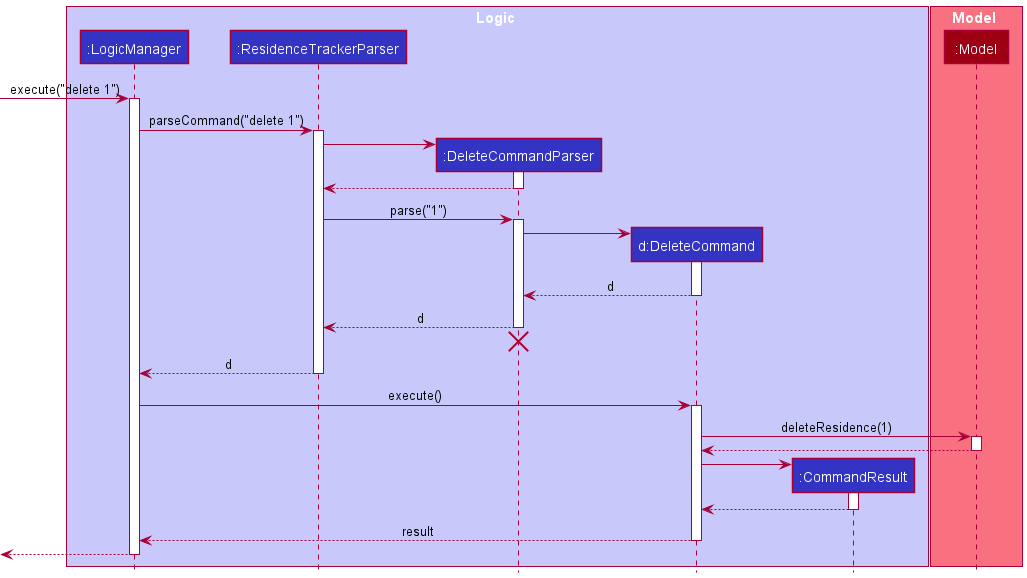
The PlantUML diagram docs/images/DeleteSequenceDiagram.png in nus-cs2103-AY2021S2/tp, before a commit. Its source is kept beside it as docs/diagrams/DeleteSequenceDiagram.puml.
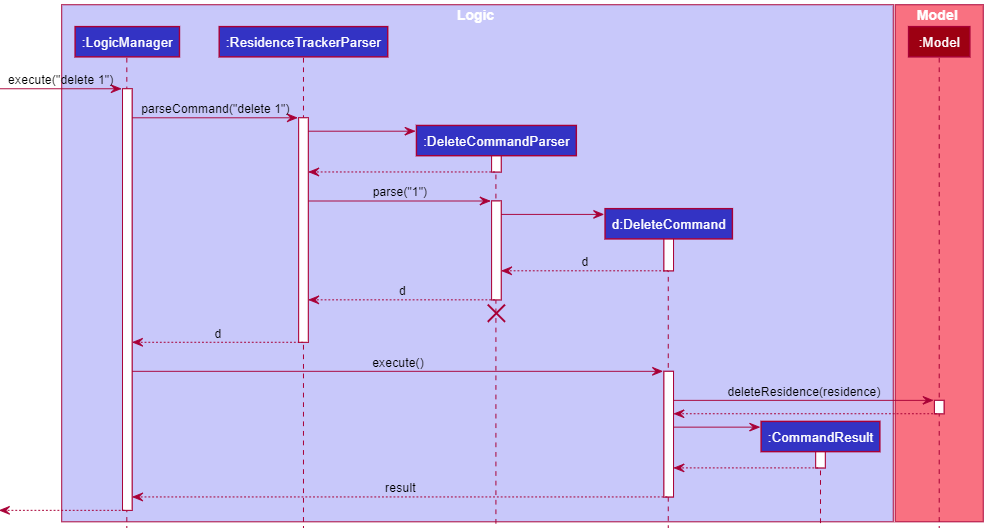
The same diagram one commit later.

Change to the diagram source:
```diff
@@ -47,7 +47,7 @@
 LogicManager -> DeleteCommand : execute()
 activate DeleteCommand
 
-DeleteCommand -> Model : deleteResidence(Residence)
+DeleteCommand -> Model : deleteResidence(residence)
 activate Model
 
 Model --> DeleteCommand
```
